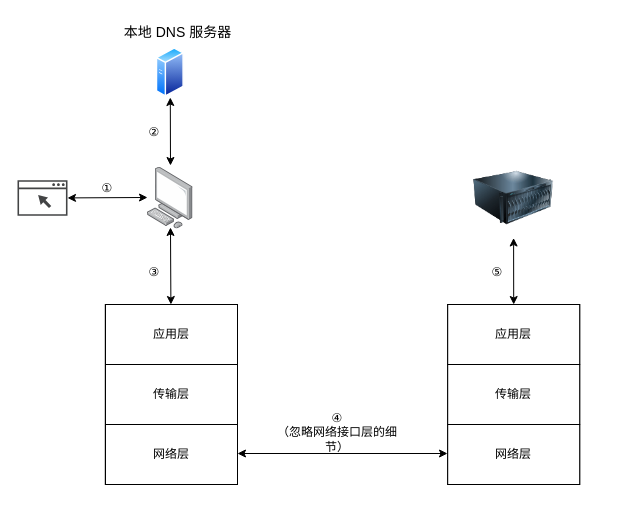
This is 计算机网络/网络请求响应流程.drawio from jayouths/drawio_Repository, a draw.io file, before an edit. Source tidied: cells renumbered, new cells numbered last; positions are measured from the earlier drawing's top-left corner, leaving out a move shared by most shapes. Both pictures are drawn from the tidied source at 100%, with x=0, y=0 at pixel (17, 17).
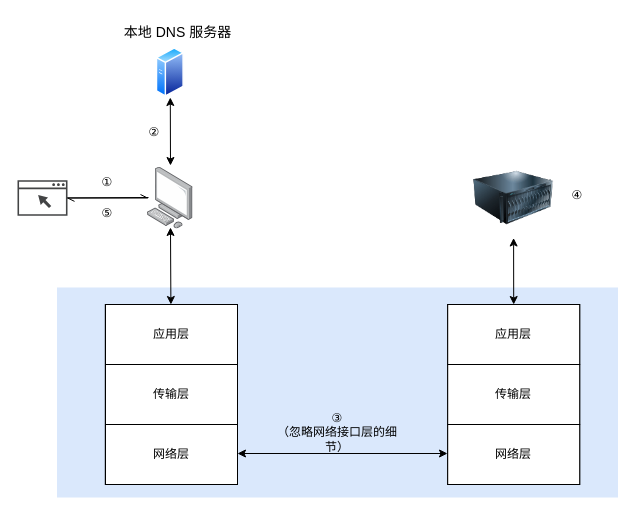
Above is the later version.

Unchanged cells that the change refers to:
```xml
<mxCell id="4" style="image;points=[];html=1;align=center;shadow=0;dashed=0;image=img/lib/allied_telesis/computer_and_terminals/Personal_Computer.svg;" parent="2" vertex="1">
  <mxGeometry x="130" y="149.6" width="45.6" height="61.8" as="geometry" />
</mxCell>
<mxCell id="7" style="sketch=0;shadow=0;dashed=0;html=1;strokeColor=none;fillColor=#434445;labelPosition=center;verticalLabelPosition=bottom;verticalAlign=top;align=center;outlineConnect=0;shape=mxgraph.vvd.web_browser;" parent="2" vertex="1">
  <mxGeometry y="162.8" width="50" height="35.5" as="geometry" />
</mxCell>
```

Change to the diagram source:
```diff
@@
     <mxCell id="2" style="group;" parent="1" vertex="1">
-      <mxGeometry width="562.2" height="467" as="geometry" />
+      <mxGeometry width="580" height="480" as="geometry" />
     </mxCell>
+    <mxCell id="26" style="rounded=0;whiteSpace=wrap;html=1;fillColor=#dae8fc;strokeColor=none;" parent="2" vertex="1">
+      <mxGeometry x="39.5" y="270" width="561" height="210" as="geometry" />
+    </mxCell>
@@
-    <mxCell id="9" value="①" style="text;html=1;whiteSpace=wrap;strokeColor=none;fillColor=none;align=center;verticalAlign=middle;rounded=0;" parent="2" vertex="1">
-      <mxGeometry x="60" y="155.5" width="60" height="30" as="geometry" />
-    </mxCell>
@@
-    <mxCell id="15" value="③" style="text;html=1;whiteSpace=wrap;strokeColor=none;fillColor=none;align=center;verticalAlign=middle;rounded=0;" parent="2" vertex="1">
-      <mxGeometry x="106.8" y="240" width="60" height="30" as="geometry" />
-    </mxCell>
@@
-    <mxCell id="23" value="④&lt;div&gt;（忽略网络接口层的细节）&lt;/div&gt;" style="text;html=1;whiteSpace=wrap;strokeColor=none;fillColor=none;align=center;verticalAlign=middle;rounded=0;" parent="2" vertex="1">
+    <mxCell id="23" value="③&lt;br&gt;&lt;div&gt;（忽略网络接口层的细节）&lt;/div&gt;" style="text;html=1;whiteSpace=wrap;strokeColor=none;fillColor=none;align=center;verticalAlign=middle;rounded=0;" parent="2" vertex="1">
       <mxGeometry x="250" y="400" width="140" height="30" as="geometry" />
     </mxCell>
-    <mxCell id="24" value="⑤" style="text;html=1;whiteSpace=wrap;strokeColor=none;fillColor=none;align=center;verticalAlign=middle;rounded=0;" parent="2" vertex="1">
-      <mxGeometry x="450" y="240" width="60" height="30" as="geometry" />
+    <mxCell id="24" value="④" style="text;html=1;whiteSpace=wrap;strokeColor=none;fillColor=none;align=center;verticalAlign=middle;rounded=0;" parent="2" vertex="1">
+      <mxGeometry x="530" y="162.8" width="60" height="30" as="geometry" />
     </mxCell>
-    <mxCell id="25" style="endArrow=classic;startArrow=classic;html=1;rounded=0;" parent="2" edge="1" source="7">
-      <mxGeometry relative="1" as="geometry">
-        <mxPoint x="130" y="180" as="targetPoint" />
-      </mxGeometry>
-    </mxCell>
+    <mxCell id="27" style="endArrow=openAsync;html=1;rounded=0;endFill=0;exitX=0.022;exitY=0.492;exitDx=0;exitDy=0;exitPerimeter=0;" parent="2" edge="1" source="4" target="7">
+      <mxGeometry relative="1" as="geometry" />
+    </mxCell>
+    <mxCell id="9" value="①" style="text;html=1;whiteSpace=wrap;strokeColor=none;fillColor=none;align=center;verticalAlign=middle;rounded=0;" parent="2" vertex="1">
+      <mxGeometry x="60" y="149.6" width="60" height="30" as="geometry" />
+    </mxCell>
+    <mxCell id="28" style="endArrow=openAsync;html=1;rounded=0;endFill=0;entryX=0;entryY=0.5;entryDx=0;entryDy=0;entryPerimeter=0;" parent="2" edge="1" source="7" target="4">
+      <mxGeometry relative="1" as="geometry" />
+    </mxCell>
+    <mxCell id="29" value="⑤" style="text;html=1;whiteSpace=wrap;strokeColor=none;fillColor=none;align=center;verticalAlign=middle;rounded=0;" parent="2" vertex="1">
+      <mxGeometry x="60" y="181.4" width="60" height="30" as="geometry" />
+    </mxCell>
```
